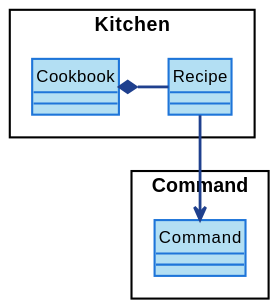
Earlier version of the PlantUML export docs/RenderedUML/Recipe.svg (nus-cs2113-AY2122S1/tp).
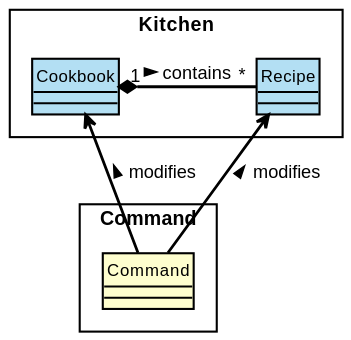
The same file after the commit.

Change to the diagram source:
```diff
@@ -1,17 +1,17 @@
 @startuml
 !include Style.puml
-skinparam ArrowColor LOGIC_BLUE_5
-skinparam classBorderColor LOGIC_BLUE_4
-skinparam classBackgroundColor LOGIC_BLUE_1
+skinparam ArrowColor black
+skinparam classBorderColor black
 
 rectangle "Command" {
     class Command
 }
 
 rectangle "Kitchen" {
-    class Cookbook
-    class Recipe
+    class Cookbook LOGIC_BLUE_1
+    class Recipe LOGIC_BLUE_1
 
-    Recipe --> Command
-    Cookbook *- Recipe
+    Recipe <-- Command : modifies <
+    Cookbook <-- Command : modifies <
+    Cookbook "1" *- "*" Recipe : contains >
 @enduml
```
